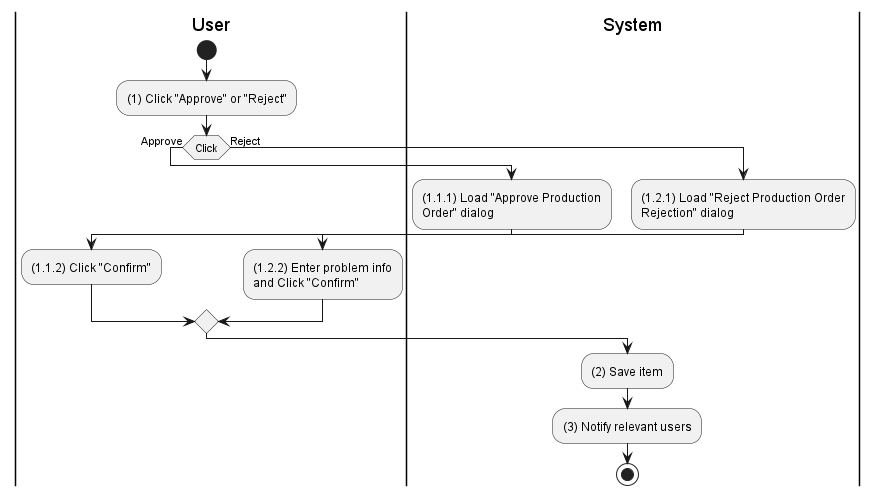
The PlantUML diagram activities/production-order-approve.png in phihungha/scmss-reqs, before a commit.
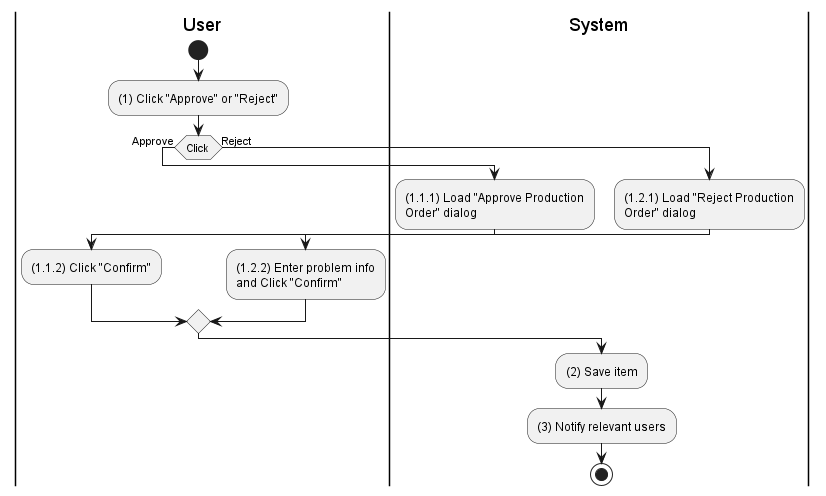
The same file after the commit.

The edit, as a diff of the source:
```diff
@@ -12,7 +12,7 @@
     :(1.1.2) Click "Confirm";
 else (Reject)
     |s|
-    :(1.2.1) Load "Reject Production Order\nRejection" dialog;
+    :(1.2.1) Load "Reject Production\nOrder" dialog;
     |u|
     :(1.2.2) Enter problem info\nand Click "Confirm";
 endif
```
